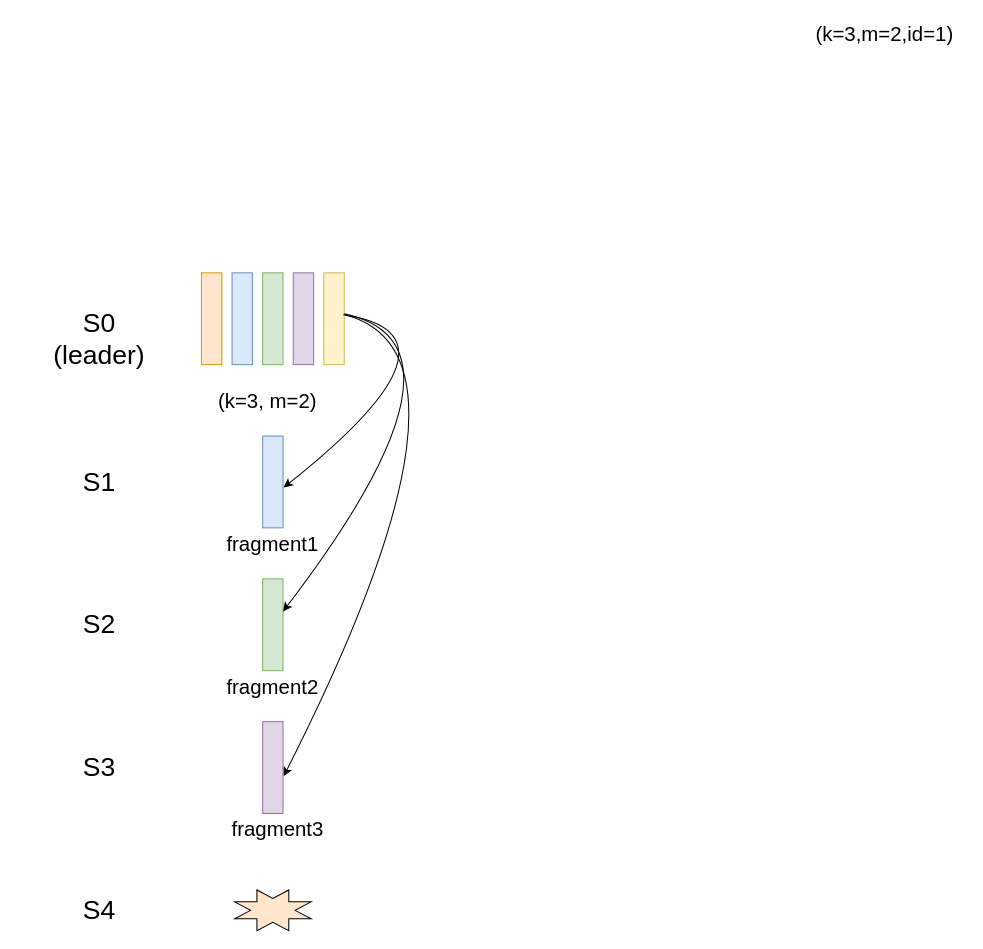
Above: 未命名绘图.drawio in Holworth/DrawIO (draw.io), before the change. Source tidied: cells renumbered, new cells numbered last; positions are measured from the earlier drawing's top-left corner, leaving out a move shared by most shapes. Both pictures are drawn from the tidied source at 102%, with x=0, y=0 at pixel (17, 17).
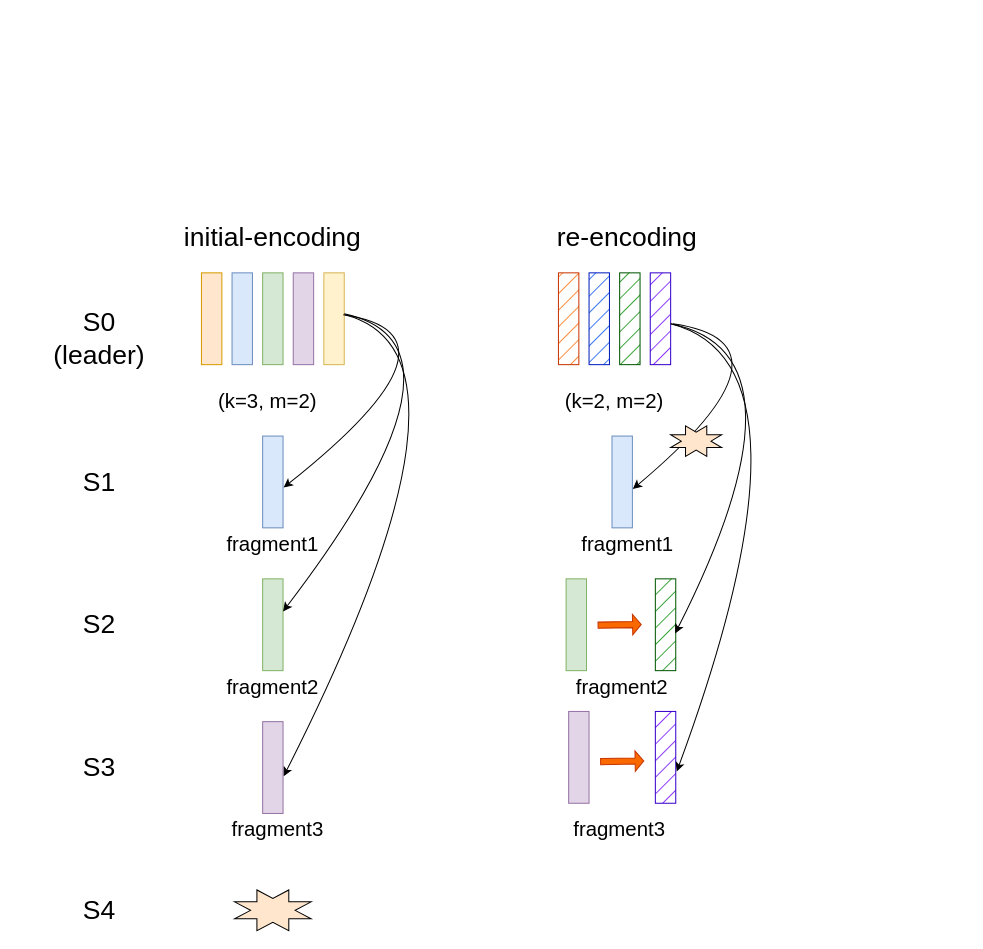
After the change.

Commit message:
更新未命名绘图.drawio

The edit, as a diff of the source:
```diff
@@
-    <mxCell id="8" value="(k=3,m=2,id=1)" style="text;html=1;strokeColor=none;fillColor=none;align=center;verticalAlign=middle;whiteSpace=wrap;rounded=0;fillStyle=auto;fontSize=20;" parent="1" vertex="1">
-      <mxGeometry x="770" width="160" height="30" as="geometry" />
-    </mxCell>
@@
+    <mxCell id="24" style="rounded=0;whiteSpace=wrap;html=1;fontSize=20;fillColor=#fa6800;strokeColor=#C73500;fillStyle=hatch;fontColor=#000000;" parent="1" vertex="1">
+      <mxGeometry x="530" y="250" width="20" height="90" as="geometry" />
+    </mxCell>
+    <mxCell id="25" style="rounded=0;whiteSpace=wrap;html=1;fontSize=20;fillColor=#0050ef;strokeColor=#001DBC;fillStyle=hatch;fontColor=#ffffff;" parent="1" vertex="1">
+      <mxGeometry x="560" y="250" width="20" height="90" as="geometry" />
+    </mxCell>
+    <mxCell id="26" style="rounded=0;whiteSpace=wrap;html=1;fontSize=20;fillColor=#008a00;strokeColor=#005700;fillStyle=hatch;fontColor=#ffffff;" parent="1" vertex="1">
+      <mxGeometry x="590" y="250" width="20" height="90" as="geometry" />
+    </mxCell>
+    <mxCell id="27" style="rounded=0;whiteSpace=wrap;html=1;fontSize=20;fillColor=#6a00ff;strokeColor=#3700CC;fillStyle=hatch;fontColor=#ffffff;" parent="1" vertex="1">
+      <mxGeometry x="620" y="250" width="20" height="90" as="geometry" />
+    </mxCell>
+    <mxCell id="28" value="(k=2, m=2)" style="text;html=1;strokeColor=none;fillColor=none;align=center;verticalAlign=middle;whiteSpace=wrap;rounded=0;fillStyle=auto;fontSize=20;" parent="1" vertex="1">
+      <mxGeometry x="520" y="360" width="130" height="30" as="geometry" />
+    </mxCell>
+    <mxCell id="29" value="fragment1" style="text;html=1;strokeColor=none;fillColor=none;align=center;verticalAlign=middle;whiteSpace=wrap;rounded=0;fillStyle=auto;fontSize=20;" parent="1" vertex="1">
+      <mxGeometry x="532.5" y="500" width="130" height="30" as="geometry" />
+    </mxCell>
+    <mxCell id="30" value="re-encoding" style="text;html=1;strokeColor=none;fillColor=none;align=center;verticalAlign=middle;whiteSpace=wrap;rounded=0;fillStyle=hatch;fontSize=26;" parent="1" vertex="1">
+      <mxGeometry x="515" y="200" width="165" height="30" as="geometry" />
+    </mxCell>
+    <mxCell id="31" style="rounded=0;whiteSpace=wrap;html=1;fontSize=20;fillColor=#008a00;strokeColor=#005700;fillStyle=hatch;fontColor=#ffffff;" parent="1" vertex="1">
+      <mxGeometry x="625" y="550" width="20" height="90" as="geometry" />
+    </mxCell>
+    <mxCell id="32" value="fragment2" style="text;html=1;strokeColor=none;fillColor=none;align=center;verticalAlign=middle;whiteSpace=wrap;rounded=0;fillStyle=auto;fontSize=20;" parent="1" vertex="1">
+      <mxGeometry x="525" y="640" width="135" height="30" as="geometry" />
+    </mxCell>
+    <mxCell id="33" style="rounded=0;whiteSpace=wrap;html=1;fontSize=20;fillColor=#e1d5e7;strokeColor=#9673a6;fillStyle=auto;" parent="1" vertex="1">
+      <mxGeometry x="540" y="680" width="20" height="90" as="geometry" />
+    </mxCell>
+    <mxCell id="34" value="fragment3" style="text;html=1;strokeColor=none;fillColor=none;align=center;verticalAlign=middle;whiteSpace=wrap;rounded=0;fillStyle=auto;fontSize=20;" parent="1" vertex="1">
+      <mxGeometry x="525" y="780" width="130" height="30" as="geometry" />
+    </mxCell>
+    <mxCell id="35" value="initial-encoding" style="text;html=1;strokeColor=none;fillColor=none;align=center;verticalAlign=middle;whiteSpace=wrap;rounded=0;fillStyle=hatch;fontSize=26;" parent="1" vertex="1">
+      <mxGeometry x="155" y="200" width="190" height="30" as="geometry" />
+    </mxCell>
+    <mxCell id="36" style="rounded=0;whiteSpace=wrap;html=1;fontSize=20;fillColor=#dae8fc;strokeColor=#6c8ebf;fillStyle=auto;" parent="1" vertex="1">
+      <mxGeometry x="582.5" y="410" width="20" height="90" as="geometry" />
+    </mxCell>
+    <mxCell id="37" style="rounded=0;whiteSpace=wrap;html=1;fontSize=20;fillColor=#d5e8d4;strokeColor=#82b366;fillStyle=auto;" parent="1" vertex="1">
+      <mxGeometry x="537.5" y="550" width="20" height="90" as="geometry" />
+    </mxCell>
+    <mxCell id="38" style="shape=singleArrow;direction=north;whiteSpace=wrap;html=1;fillStyle=auto;fontSize=26;fillColor=#fa6800;rotation=89;fontColor=#000000;strokeColor=#C73500;" parent="1" vertex="1">
+      <mxGeometry x="580" y="573.9" width="20" height="42.3" as="geometry" />
+    </mxCell>
+    <mxCell id="39" style="curved=1;endArrow=classic;html=1;rounded=0;fontSize=26;exitX=0.954;exitY=0.457;exitDx=0;exitDy=0;exitPerimeter=0;entryX=1.021;entryY=0.577;entryDx=0;entryDy=0;entryPerimeter=0;" parent="1" edge="1" target="36">
+      <mxGeometry relative="1" as="geometry">
+        <mxPoint x="642.3" y="300" as="sourcePoint" />
+        <Array as="points">
+          <mxPoint x="773.2" y="318.9" />
+        </Array>
+      </mxGeometry>
+    </mxCell>
+    <mxCell id="40" style="curved=1;endArrow=classic;html=1;rounded=0;fontSize=26;entryX=0.973;entryY=0.594;entryDx=0;entryDy=0;entryPerimeter=0;" parent="1" edge="1" target="31">
+      <mxGeometry relative="1" as="geometry">
+        <mxPoint x="640" y="300" as="sourcePoint" />
+        <Array as="points">
+          <mxPoint x="783.2" y="328.9" />
+        </Array>
+      </mxGeometry>
+    </mxCell>
+    <mxCell id="41" style="rounded=0;whiteSpace=wrap;html=1;fontSize=20;fillColor=#6a00ff;strokeColor=#3700CC;fillStyle=hatch;fontColor=#ffffff;" parent="1" vertex="1">
+      <mxGeometry x="625" y="680" width="20" height="90" as="geometry" />
+    </mxCell>
+    <mxCell id="42" style="shape=singleArrow;direction=north;whiteSpace=wrap;html=1;fillStyle=auto;fontSize=26;fillColor=#fa6800;rotation=89;fontColor=#000000;strokeColor=#C73500;" parent="1" vertex="1">
+      <mxGeometry x="582.5" y="707.7" width="20" height="42.3" as="geometry" />
+    </mxCell>
+    <mxCell id="43" style="curved=1;endArrow=classic;html=1;rounded=0;fontSize=26;entryX=1.05;entryY=0.654;entryDx=0;entryDy=0;entryPerimeter=0;" parent="1" edge="1" target="41">
+      <mxGeometry relative="1" as="geometry">
+        <mxPoint x="640" y="300" as="sourcePoint" />
+        <Array as="points">
+          <mxPoint x="793.2" y="338.9" />
+        </Array>
+      </mxGeometry>
+    </mxCell>
+    <mxCell id="44" style="verticalLabelPosition=bottom;verticalAlign=top;html=1;shape=mxgraph.basic.8_point_star;fillStyle=auto;fontSize=26;fillColor=#FFE6CC;" parent="1" vertex="1">
+      <mxGeometry x="640" y="400" width="50" height="30" as="geometry" />
+    </mxCell>
```
